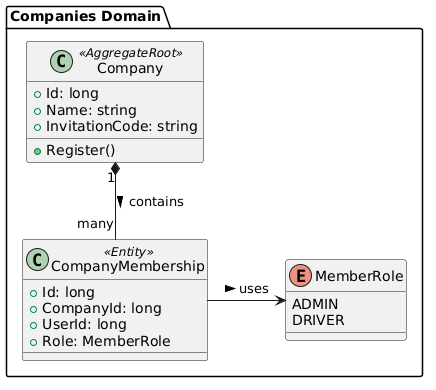
Above: images/CompaniesDomainClassDiagram.png in Grupo-Apps-Moviles/Report (PlantUML), before the change.
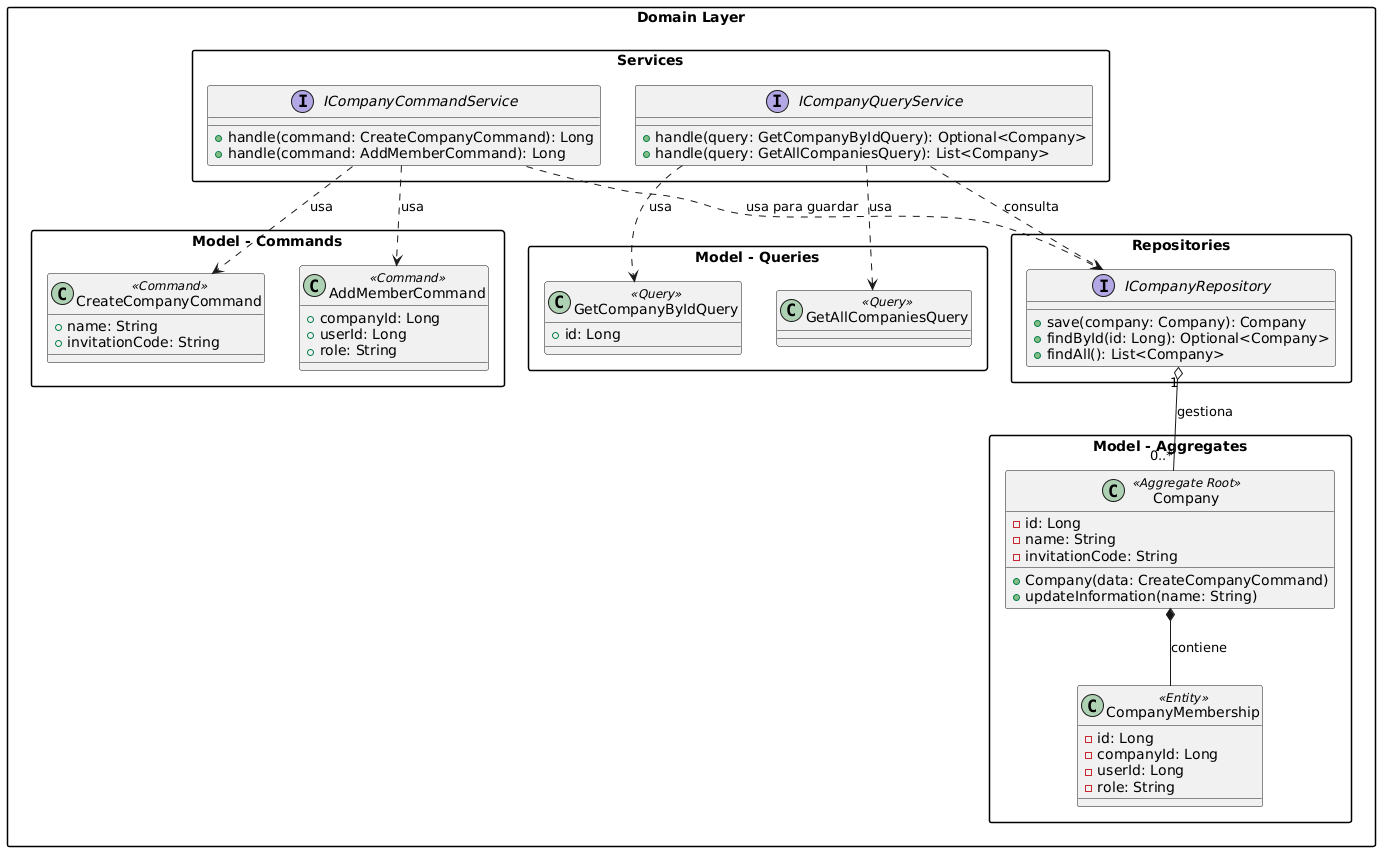
Later version of the same file.

The edit, as a diff of the source:
```diff
@@ -1,23 +1,71 @@
 @startuml
-package "Companies Domain" {
-    class Company <<AggregateRoot>> {
-        + Id: long
-        + Name: string
-        + InvitationCode: string
-        + Register()
-    }
-    class CompanyMembership <<Entity>> {
-        + Id: long
-        + CompanyId: long
-        + UserId: long
-        + Role: MemberRole
-    }
-    enum MemberRole {
-        ADMIN
-        DRIVER
+skinparam packageStyle rectangle
+
+package "Domain Layer" {
+    package "Services" {
+        interface ICompanyCommandService {
+            +handle(command: CreateCompanyCommand): Long
+            +handle(command: AddMemberCommand): Long
+        }
+        interface ICompanyQueryService {
+            +handle(query: GetCompanyByIdQuery): Optional<Company>
+            +handle(query: GetAllCompaniesQuery): List<Company>
+        }
     }
 
-    Company "1" *-- "many" CompanyMembership : contains >
-    CompanyMembership -> MemberRole : uses >
+    package "Model - Commands" {
+        class CreateCompanyCommand <<Command>> {
+            +name: String
+            +invitationCode: String
+        }
+        class AddMemberCommand <<Command>> {
+            +companyId: Long
+            +userId: Long
+            +role: String
+        }
+    }
+
+    package "Model - Queries" {
+        class GetCompanyByIdQuery <<Query>> {
+            +id: Long
+        }
+        class GetAllCompaniesQuery <<Query>> {
+        }
+    }
+
+    package "Repositories" {
+        interface ICompanyRepository {
+            +save(company: Company): Company
+            +findById(id: Long): Optional<Company>
+            +findAll(): List<Company>
+        }
+    }
+
+    package "Model - Aggregates" {
+        class Company <<Aggregate Root>> {
+            -id: Long
+            -name: String
+            -invitationCode: String
+            +Company(data: CreateCompanyCommand)
+            +updateInformation(name: String)
+        }
+        class CompanyMembership <<Entity>> {
+            -id: Long
+            -companyId: Long
+            -userId: Long
+            -role: String
+        }
+    }
+
+    ICompanyCommandService ..> CreateCompanyCommand : usa
+    ICompanyCommandService ..> AddMemberCommand : usa
+    ICompanyCommandService ..> ICompanyRepository : usa para guardar
+
+    ICompanyQueryService ..> ICompanyRepository : consulta
+    ICompanyQueryService ..> GetCompanyByIdQuery : usa
+    ICompanyQueryService ..> GetAllCompaniesQuery : usa
+
+    ICompanyRepository "1" o-- "0..*" Company : gestiona
+    Company *-- CompanyMembership : contiene
 }
 @enduml
```
